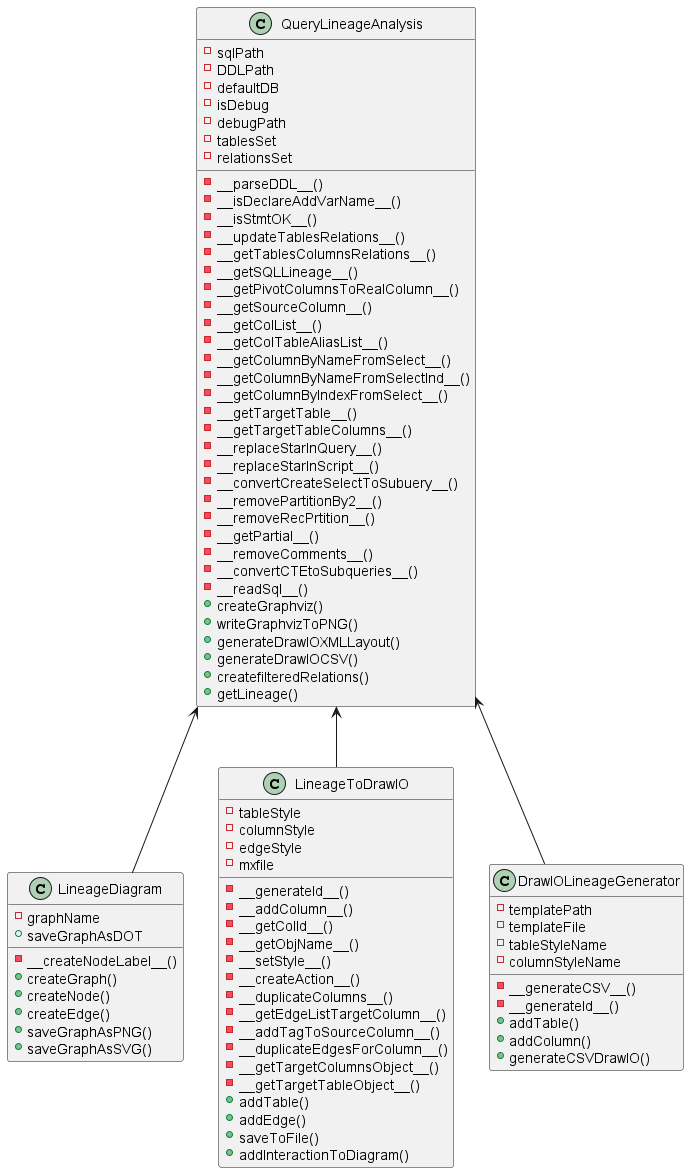
The PlantUML diagram lineage_class_diagram.png in Tariq1981/SQl-Lineage, before a commit. Source of this version:
```plantuml
@startuml

class QueryLineageAnalysis {
- sqlPath
- DDLPath
- defaultDB
- isDebug
- debugPath
- tablesSet
- relationsSet
- __parseDDL__()
- __isDeclareAddVarName__()
- __isStmtOK__()
- __updateTablesRelations__()
- __getTablesColumnsRelations__()
- __getSQLLineage__()
- __getPivotColumnsToRealColumn__()
- __getSourceColumn__()
- __getColList__()
- __getColTableAliasList__()
- __getColumnByNameFromSelect__()
- __getColumnByNameFromSelectInd__()
- __getColumnByIndexFromSelect__()
- __getTargetTable__()
- __getTargetTableColumns__()
- __replaceStarInQuery__()
- __replaceStarInScript__()
- __convertCreateSelectToSubuery__()
- __removePartitionBy2__()
- __removeRecPrtition__()
- __getPartial__()
- __removeComments__()
- __convertCTEtoSubqueries__()
- __readSql__()
+ createGraphviz()
+ writeGraphvizToPNG()
+ generateDrawIOXMLLayout()
+ generateDrawIOCSV()
+ createfilteredRelations()
+ getLineage()
}

class LineageDiagram {
- graphName
- __createNodeLabel__()
+ createGraph()
+ createNode()
+ createEdge()
+ saveGraphAsPNG()
+ saveGraphAsSVG()
+ saveGraphAsDOT
}

class LineageToDrawIO {
- tableStyle
- columnStyle
- edgeStyle
- mxfile
- __generateId__()
- __addColumn__()
- __getColId__()
- __getObjName__()
- __setStyle__()
- __createAction__()
- __duplicateColumns__()
- __getEdgeListTargetColumn__()
- __addTagToSourceColumn__()
- __duplicateEdgesForColumn__()
- __getTargetColumnsObject__()
- __getTargetTableObject__()
+ addTable()
+ addEdge()
+ saveToFile()
+ addInteractionToDiagram()
}

class DrawIOLineageGenerator {
- templatePath
- templateFile
- tableStyleName
- columnStyleName
- __generateCSV__()
- __generateId__()
+ addTable()
+ addColumn()
+ generateCSVDrawIO()
}
QueryLineageAnalysis <-- LineageToDrawIO
QueryLineageAnalysis <-- LineageDiagram
QueryLineageAnalysis <-- DrawIOLineageGenerator

@enduml
```
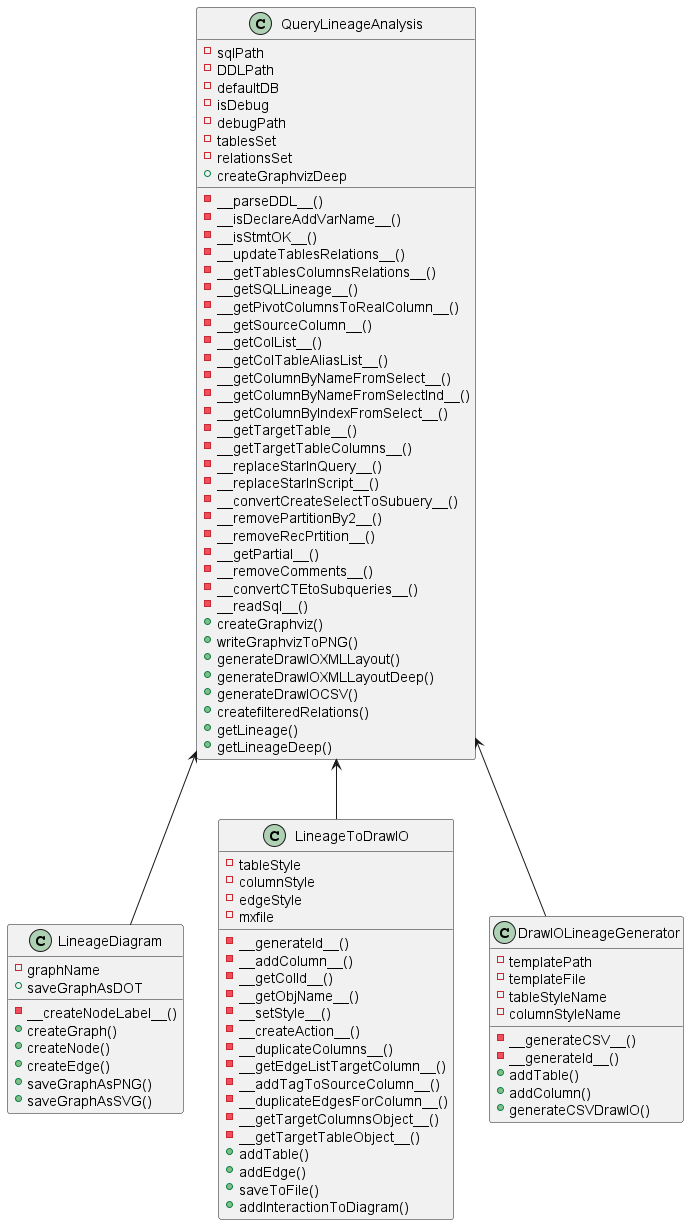
Above is the later version.

Commit message:
fixing drawing for deep

What changed in the source:
```diff
@@ -33,11 +33,14 @@
 - __convertCTEtoSubqueries__()
 - __readSql__()
 + createGraphviz()
++ createGraphvizDeep
 + writeGraphvizToPNG()
 + generateDrawIOXMLLayout()
++ generateDrawIOXMLLayoutDeep()
 + generateDrawIOCSV()
 + createfilteredRelations()
 + getLineage()
++ getLineageDeep()
 }
 
 class LineageDiagram {
```
